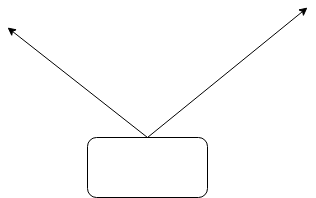
The draw.io diagram package- examination/img/layer.drawio.png in vermeer-1977-blog/blog-parts, before a commit. Source tidied: cells renumbered, new cells last; positions are measured from the earlier drawing's top-left corner, leaving out a move shared by most shapes.
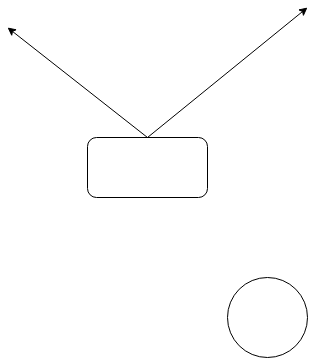
After the change.

Commit message:
draw.ioを更新

Change to the diagram source:
```diff
@@ -15,5 +15,8 @@
     <mxCell id="4" style="rounded=1;whiteSpace=wrap;html=1;" parent="1" vertex="1">
       <mxGeometry x="80" y="130" width="120" height="60" as="geometry" />
     </mxCell>
+    <mxCell id="5" style="ellipse;whiteSpace=wrap;html=1;" parent="1" vertex="1">
+      <mxGeometry x="220" y="270" width="80" height="80" as="geometry" />
+    </mxCell>
   </root>
 </mxGraphModel>
```
